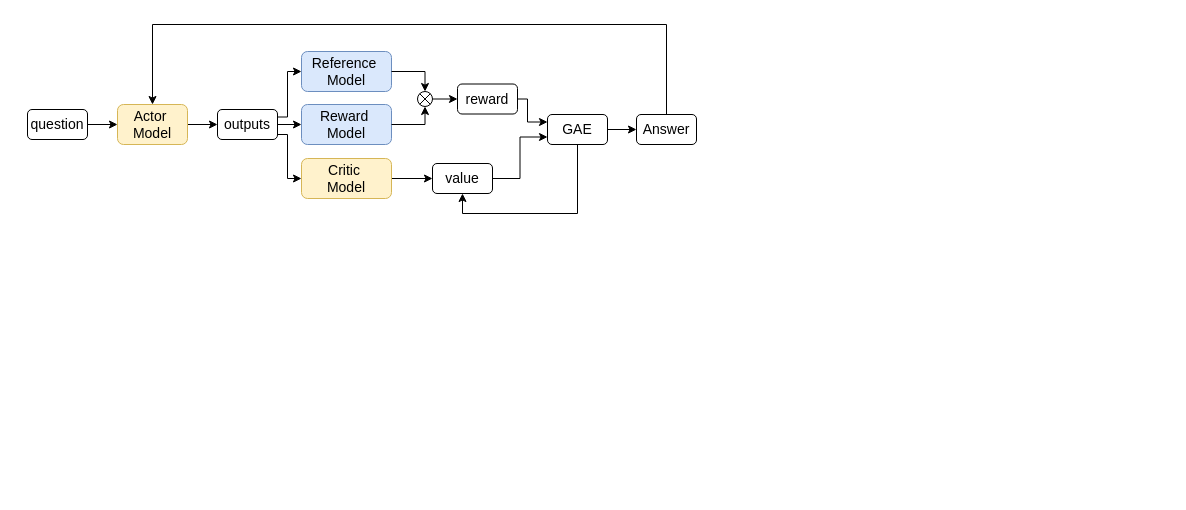
Before: rl.drawio in cao-jicheng/drawio-diagrams, a draw.io diagram. Source tidied: cells renumbered, new cells numbered last; positions are measured from the earlier drawing's top-left corner, leaving out a move shared by most shapes. Both pictures are drawn from the tidied source at 100%, with x=0, y=0 at pixel (27, 24).
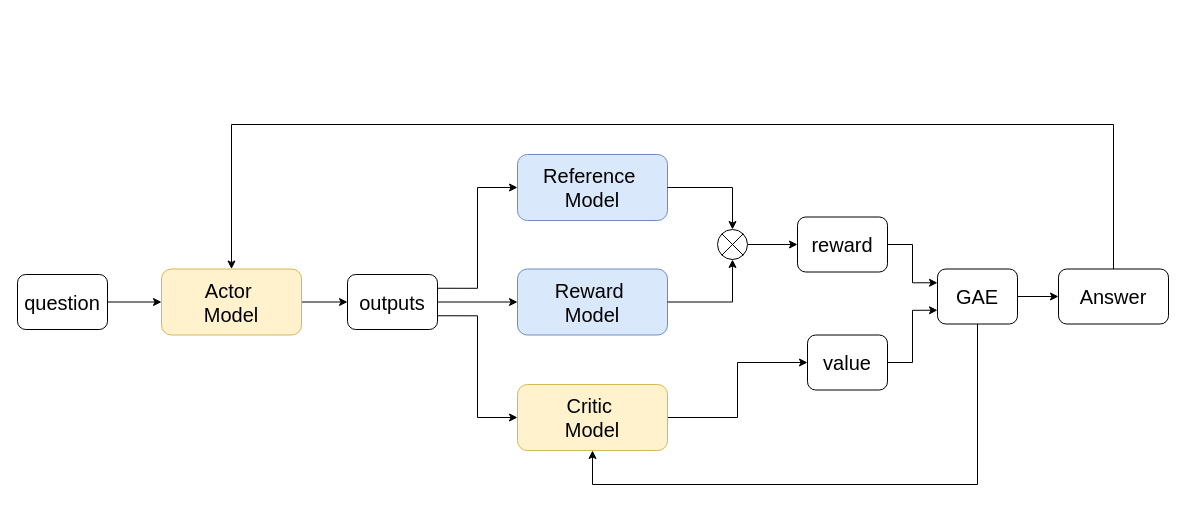
Above is the later version.

What changed in the source:
```diff
@@
-    <mxCell id="3" value="question" style="rounded=1;whiteSpace=wrap;html=1;fontSize=14;" parent="1" vertex="1">
-      <mxGeometry y="85" width="60" height="30" as="geometry" />
+    <mxCell id="3" value="question" style="rounded=1;whiteSpace=wrap;html=1;fontSize=20;" parent="1" vertex="1">
+      <mxGeometry x="-10" y="250" width="90" height="55" as="geometry" />
     </mxCell>
@@
-    <mxCell id="5" value="Actor&amp;nbsp;&lt;div&gt;Model&lt;/div&gt;" style="rounded=1;whiteSpace=wrap;html=1;fontSize=14;fillColor=#fff2cc;strokeColor=#d6b656;" parent="1" vertex="1">
-      <mxGeometry x="90" y="80" width="70" height="40" as="geometry" />
+    <mxCell id="5" value="Actor&amp;nbsp;&lt;div&gt;Model&lt;/div&gt;" style="rounded=1;whiteSpace=wrap;html=1;fontSize=20;fillColor=#fff2cc;strokeColor=#d6b656;" parent="1" vertex="1">
+      <mxGeometry x="134" y="244.5" width="140" height="66" as="geometry" />
     </mxCell>
+    <mxCell id="7" style="edgeStyle=orthogonalEdgeStyle;rounded=0;jettySize=auto;html=1;exitX=1;exitY=0.25;exitDx=0;exitDy=0;entryX=0;entryY=0.5;entryDx=0;entryDy=0;" parent="1" edge="1" source="9" target="10">
+      <mxGeometry relative="1" as="geometry" />
+    </mxCell>
@@
-    <mxCell id="7" style="edgeStyle=orthogonalEdgeStyle;rounded=0;jettySize=auto;html=1;exitX=1;exitY=0.25;exitDx=0;exitDy=0;entryX=0;entryY=0.5;entryDx=0;entryDy=0;" parent="1" edge="1" source="9" target="10">
-      <mxGeometry relative="1" as="geometry">
-        <Array as="points">
-          <mxPoint x="260" y="92" />
-          <mxPoint x="260" y="47" />
-        </Array>
-      </mxGeometry>
-    </mxCell>
     <mxCell id="8" style="edgeStyle=orthogonalEdgeStyle;rounded=0;jettySize=auto;html=1;exitX=1;exitY=0.75;exitDx=0;exitDy=0;entryX=0;entryY=0.5;entryDx=0;entryDy=0;" parent="1" edge="1" source="9" target="13">
-      <mxGeometry relative="1" as="geometry">
-        <Array as="points">
-          <mxPoint x="250" y="110" />
-          <mxPoint x="260" y="110" />
-          <mxPoint x="260" y="154" />
-        </Array>
-      </mxGeometry>
+      <mxGeometry relative="1" as="geometry" />
     </mxCell>
-    <mxCell id="9" value="outputs" style="rounded=1;whiteSpace=wrap;html=1;fontSize=14;" parent="1" vertex="1">
-      <mxGeometry x="190" y="85" width="60" height="30" as="geometry" />
+    <mxCell id="9" value="outputs" style="rounded=1;whiteSpace=wrap;html=1;fontSize=20;" parent="1" vertex="1">
+      <mxGeometry x="320" y="250" width="90" height="55" as="geometry" />
     </mxCell>
-    <mxCell id="10" value="Reference&amp;nbsp;&lt;div&gt;Model&lt;/div&gt;" style="rounded=1;whiteSpace=wrap;html=1;fontSize=14;fillColor=#dae8fc;strokeColor=#6c8ebf;" parent="1" vertex="1">
-      <mxGeometry x="274" y="27" width="90" height="40" as="geometry" />
-    </mxCell>
-    <mxCell id="11" value="Reward&amp;nbsp;&lt;div&gt;Model&lt;/div&gt;" style="rounded=1;whiteSpace=wrap;html=1;fontSize=14;fillColor=#dae8fc;strokeColor=#6c8ebf;" parent="1" vertex="1">
-      <mxGeometry x="274" y="80" width="90" height="40" as="geometry" />
+    <mxCell id="11" value="Reward&amp;nbsp;&lt;div&gt;Model&lt;/div&gt;" style="rounded=1;whiteSpace=wrap;html=1;fontSize=20;fillColor=#dae8fc;strokeColor=#6c8ebf;" parent="1" vertex="1">
+      <mxGeometry x="490" y="244.5" width="150" height="66" as="geometry" />
     </mxCell>
@@
-    <mxCell id="13" value="Critic&amp;nbsp;&lt;div&gt;Model&lt;/div&gt;" style="rounded=1;whiteSpace=wrap;html=1;fontSize=14;fillColor=#fff2cc;strokeColor=#d6b656;" parent="1" vertex="1">
-      <mxGeometry x="274" y="134" width="90" height="40" as="geometry" />
+    <mxCell id="13" value="Critic&amp;nbsp;&lt;div&gt;Model&lt;/div&gt;" style="rounded=1;whiteSpace=wrap;html=1;fontSize=20;fillColor=#fff2cc;strokeColor=#d6b656;" parent="1" vertex="1">
+      <mxGeometry x="490" y="360" width="150" height="66" as="geometry" />
     </mxCell>
-    <mxCell id="14" style="edgeStyle=orthogonalEdgeStyle;rounded=0;jettySize=auto;html=1;exitX=1;exitY=0.5;exitDx=0;exitDy=0;exitPerimeter=0;entryX=0;entryY=0.5;entryDx=0;entryDy=0;" parent="1" edge="1" source="15" target="17">
-      <mxGeometry relative="1" as="geometry" />
-    </mxCell>
-    <mxCell id="15" style="verticalLabelPosition=bottom;verticalAlign=top;html=1;shape=mxgraph.flowchart.or;" parent="1" vertex="1">
-      <mxGeometry x="390" y="67" width="15" height="15" as="geometry" />
-    </mxCell>
     <mxCell id="16" style="edgeStyle=orthogonalEdgeStyle;rounded=0;jettySize=auto;html=1;exitX=1;exitY=0.5;exitDx=0;exitDy=0;entryX=0;entryY=0.25;entryDx=0;entryDy=0;" parent="1" edge="1" source="17" target="22">
-      <mxGeometry relative="1" as="geometry">
-        <Array as="points">
-          <mxPoint x="500" y="74" />
-          <mxPoint x="500" y="98" />
-        </Array>
-      </mxGeometry>
+      <mxGeometry relative="1" as="geometry" />
     </mxCell>
-    <mxCell id="17" value="reward" style="rounded=1;whiteSpace=wrap;html=1;fontSize=14;" parent="1" vertex="1">
-      <mxGeometry x="430" y="59.5" width="60" height="30" as="geometry" />
+    <mxCell id="17" value="reward" style="rounded=1;whiteSpace=wrap;html=1;fontSize=20;" parent="1" vertex="1">
+      <mxGeometry x="770" y="192.5" width="90" height="55" as="geometry" />
     </mxCell>
@@
-    <mxCell id="19" value="value" style="rounded=1;whiteSpace=wrap;html=1;fontSize=14;" parent="1" vertex="1">
-      <mxGeometry x="405" y="139" width="60" height="30" as="geometry" />
+    <mxCell id="19" value="value" style="rounded=1;whiteSpace=wrap;html=1;fontSize=20;" parent="1" vertex="1">
+      <mxGeometry x="780" y="310.5" width="80" height="55" as="geometry" />
     </mxCell>
-    <mxCell id="20" style="edgeStyle=orthogonalEdgeStyle;rounded=0;jettySize=auto;html=1;exitX=0.5;exitY=1;exitDx=0;exitDy=0;entryX=0.5;entryY=1;entryDx=0;entryDy=0;" parent="1" edge="1" source="22" target="19">
-      <mxGeometry relative="1" as="geometry" />
-    </mxCell>
+    <mxCell id="27" style="edgeStyle=orthogonalEdgeStyle;rounded=0;jettySize=auto;html=1;exitX=0.5;exitY=1;exitDx=0;exitDy=0;entryX=0.5;entryY=1;entryDx=0;entryDy=0;" parent="1" edge="1" source="22" target="13">
+      <mxGeometry relative="1" as="geometry">
+        <Array as="points">
+          <mxPoint x="950" y="460" />
+          <mxPoint x="565" y="460" />
+        </Array>
+      </mxGeometry>
+    </mxCell>
@@
-    <mxCell id="22" value="GAE" style="rounded=1;whiteSpace=wrap;html=1;fontSize=14;" parent="1" vertex="1">
-      <mxGeometry x="520" y="90" width="60" height="30" as="geometry" />
+    <mxCell id="22" value="GAE" style="rounded=1;whiteSpace=wrap;html=1;fontSize=20;" parent="1" vertex="1">
+      <mxGeometry x="910" y="244.5" width="80" height="55" as="geometry" />
     </mxCell>
     <mxCell id="23" style="edgeStyle=orthogonalEdgeStyle;rounded=0;jettySize=auto;html=1;exitX=0.5;exitY=0;exitDx=0;exitDy=0;entryX=0.5;entryY=0;entryDx=0;entryDy=0;" parent="1" edge="1" source="24" target="5">
       <mxGeometry relative="1" as="geometry">
         <Array as="points">
-          <mxPoint x="639" />
-          <mxPoint x="125" />
+          <mxPoint x="1086" y="100" />
+          <mxPoint x="204" y="100" />
         </Array>
       </mxGeometry>
     </mxCell>
-    <mxCell id="24" value="Answer" style="rounded=1;whiteSpace=wrap;html=1;fontSize=14;" parent="1" vertex="1">
-      <mxGeometry x="609" y="90" width="60" height="30" as="geometry" />
+    <mxCell id="24" value="Answer" style="rounded=1;whiteSpace=wrap;html=1;fontSize=20;" parent="1" vertex="1">
+      <mxGeometry x="1031" y="244.5" width="110" height="55" as="geometry" />
     </mxCell>
-    <mxCell id="25" style="edgeStyle=orthogonalEdgeStyle;rounded=0;jettySize=auto;html=1;exitX=1;exitY=0.5;exitDx=0;exitDy=0;entryX=0.5;entryY=1;entryDx=0;entryDy=0;entryPerimeter=0;" parent="1" edge="1" source="11" target="15">
-      <mxGeometry relative="1" as="geometry" />
-    </mxCell>
-    <mxCell id="26" style="edgeStyle=orthogonalEdgeStyle;rounded=0;jettySize=auto;html=1;exitX=1;exitY=0.5;exitDx=0;exitDy=0;entryX=0.5;entryY=0;entryDx=0;entryDy=0;entryPerimeter=0;" parent="1" edge="1" source="10" target="15">
-      <mxGeometry relative="1" as="geometry" />
-    </mxCell>
+    <mxCell id="10" value="Reference&amp;nbsp;&lt;div&gt;Model&lt;/div&gt;" style="rounded=1;whiteSpace=wrap;html=1;fontSize=20;fillColor=#dae8fc;strokeColor=#6c8ebf;" parent="1" vertex="1">
+      <mxGeometry x="490" y="130" width="150" height="66" as="geometry" />
+    </mxCell>
+    <mxCell id="28" style="edgeStyle=orthogonalEdgeStyle;rounded=0;jettySize=auto;html=1;exitX=1;exitY=0.5;exitDx=0;exitDy=0;exitPerimeter=0;entryX=0;entryY=0.5;entryDx=0;entryDy=0;" parent="1" edge="1" source="29" target="17">
+      <mxGeometry relative="1" as="geometry" />
+    </mxCell>
+    <mxCell id="29" style="verticalLabelPosition=bottom;verticalAlign=top;html=1;shape=mxgraph.flowchart.or;" parent="1" vertex="1">
+      <mxGeometry x="690" y="205" width="30" height="30" as="geometry" />
+    </mxCell>
+    <mxCell id="30" style="edgeStyle=orthogonalEdgeStyle;rounded=0;jettySize=auto;html=1;exitX=1;exitY=0.5;exitDx=0;exitDy=0;entryX=0.5;entryY=0;entryDx=0;entryDy=0;entryPerimeter=0;" parent="1" edge="1" source="10" target="29">
+      <mxGeometry relative="1" as="geometry" />
+    </mxCell>
+    <mxCell id="31" style="edgeStyle=orthogonalEdgeStyle;rounded=0;jettySize=auto;html=1;exitX=1;exitY=0.5;exitDx=0;exitDy=0;entryX=0.5;entryY=1;entryDx=0;entryDy=0;entryPerimeter=0;" parent="1" edge="1" source="11" target="29">
+      <mxGeometry relative="1" as="geometry" />
+    </mxCell>
```
